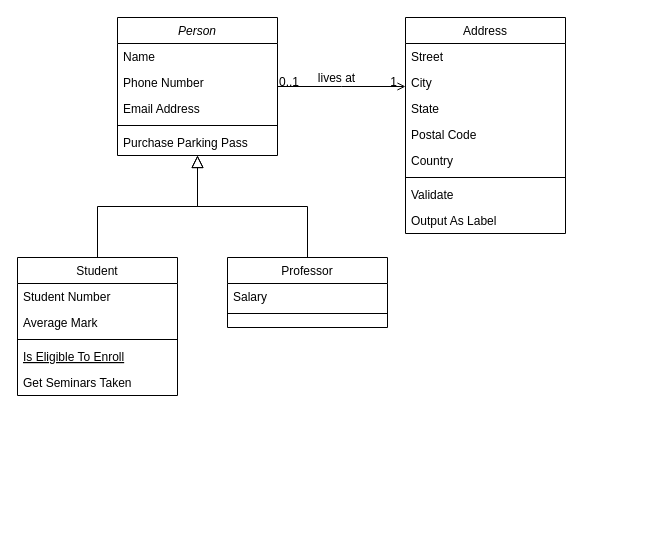
Earlier version of the draw.io diagram page "Page-1" (1 of 4) of Untitled Diagram.drawio (KhoaDongGL/KhoaDongGL). Source tidied: cells renumbered, new cells numbered last; positions are measured from the earlier drawing's top-left corner, leaving out a move shared by most shapes. Both pictures are drawn from the tidied source at 100%, with x=0, y=0 at pixel (17, 17).
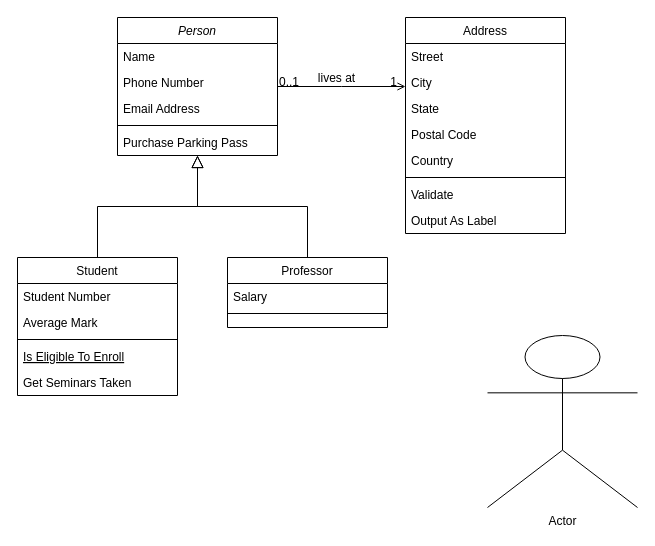
The same diagram, later.

Change to the diagram source:
```diff
@@
+    <mxCell id="32" value="Actor" style="shape=umlActor;verticalLabelPosition=bottom;verticalAlign=top;html=1;" parent="1" vertex="1">
+      <mxGeometry x="470" y="318" width="150" height="172" as="geometry" />
+    </mxCell>
```
